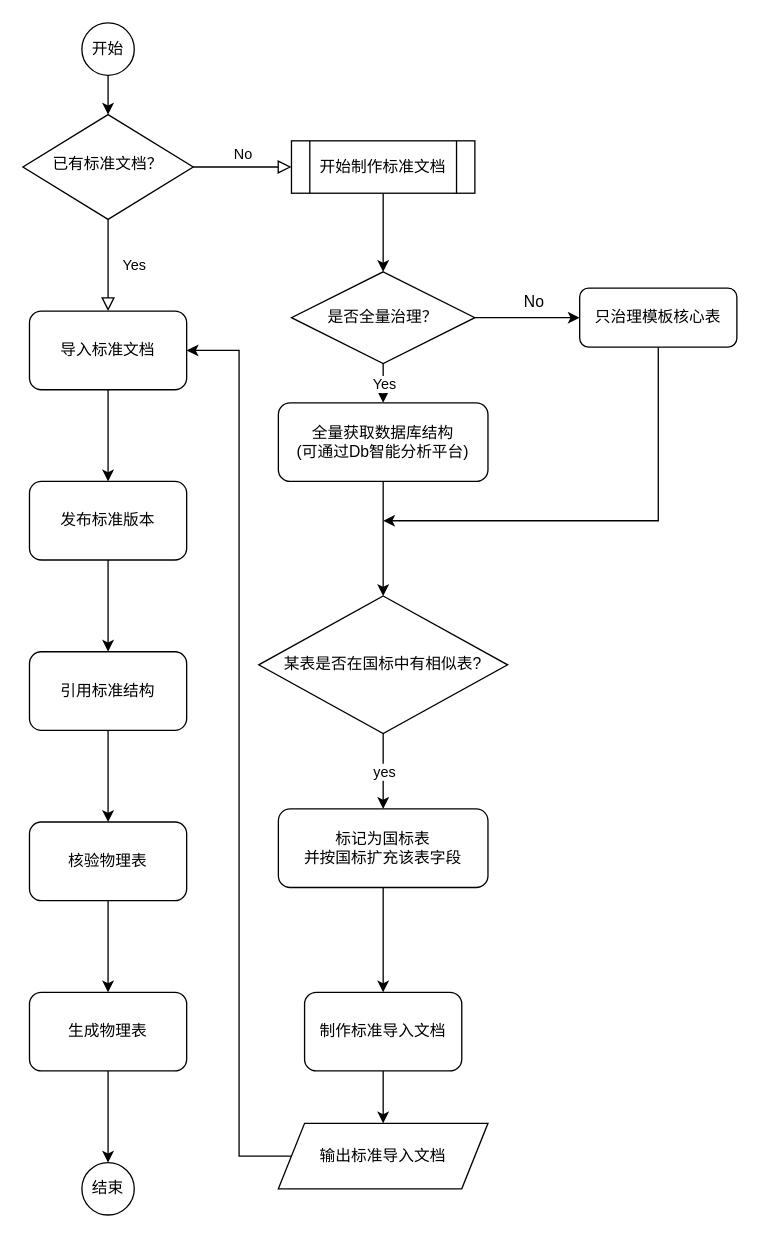
Earlier version of the draw.io diagram Untitled Diagram.drawio (byoukinn/byoukinn.github.io). Source tidied: cells renumbered, new cells numbered last; positions are measured from the earlier drawing's top-left corner, leaving out a move shared by most shapes. Both pictures are drawn from the tidied source at 131%, with x=0, y=0 at pixel (22, 22).
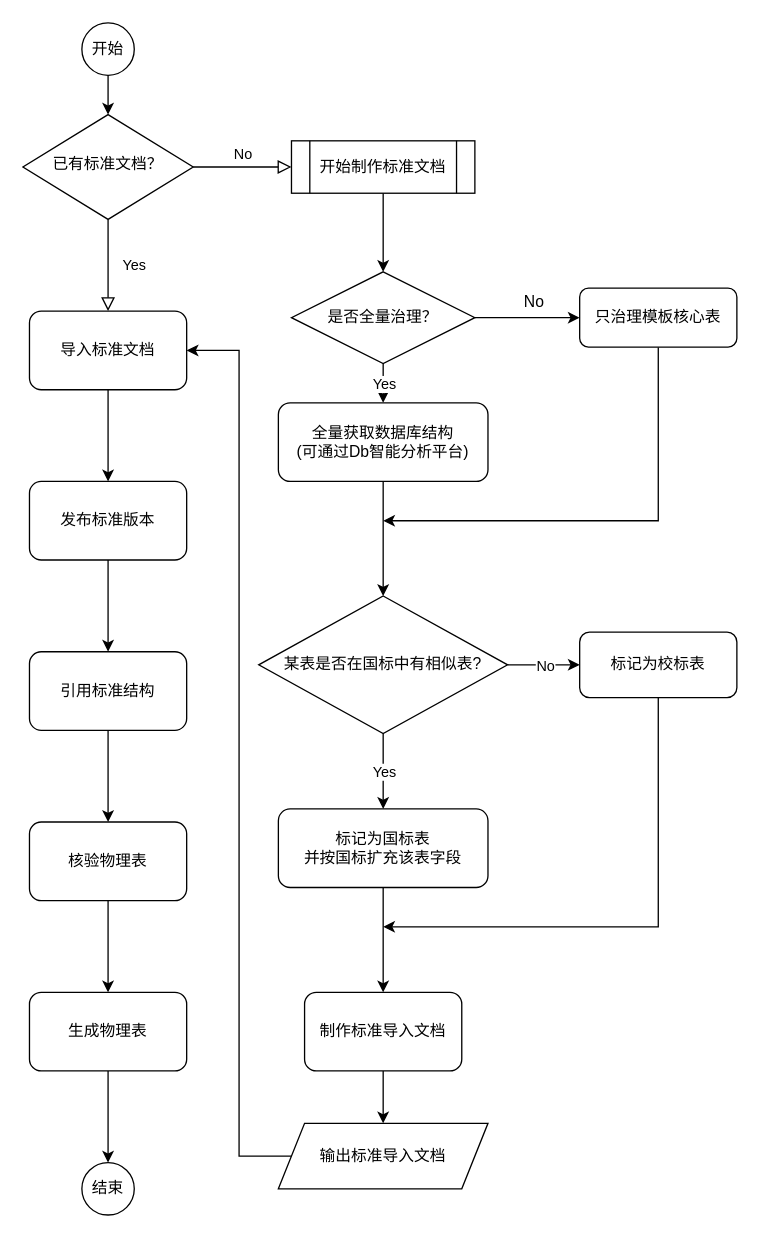
Above is the later version.

Unchanged cells that the change refers to:
```xml
<mxCell id="29" value="某表是否在国标中有相似表?" style="rhombus;whiteSpace=wrap;html=1;" parent="1" vertex="1">
  <mxGeometry x="180" y="437.5" width="190" height="105" as="geometry" />
</mxCell>
<mxCell id="30" style="endArrow=classic;html=1;rounded=0;shadow=0;exitX=0.5;exitY=1;exitDx=0;exitDy=0;entryX=0.5;entryY=0;entryDx=0;entryDy=0;" parent="1" edge="1" source="29" target="33">
  <mxGeometry relative="1" as="geometry" />
</mxCell>
```

Change to the diagram source:
```diff
@@
-    <mxCell id="31" value="yes" style="edgeLabel;html=1;align=center;verticalAlign=middle;" parent="30" vertex="1">
+    <mxCell id="31" value="Yes" style="edgeLabel;html=1;align=center;verticalAlign=middle;" parent="30" vertex="1">
       <mxGeometry relative="1" as="geometry" />
     </mxCell>
@@
+    <mxCell id="40" style="endArrow=classic;html=1;rounded=0;shadow=0;" parent="1" edge="1" source="29" target="43">
+      <mxGeometry relative="1" as="geometry" />
+    </mxCell>
+    <mxCell id="41" value="No" style="edgeLabel;html=1;align=center;verticalAlign=middle;rounded=1;" parent="40" vertex="1">
+      <mxGeometry relative="1" as="geometry" />
+    </mxCell>
+    <mxCell id="42" style="edgeStyle=orthogonalEdgeStyle;rounded=0;jettySize=auto;html=1;shadow=0;" parent="1" edge="1" source="43">
+      <mxGeometry relative="1" as="geometry">
+        <mxPoint x="275" y="690" as="targetPoint" />
+        <Array as="points">
+          <mxPoint x="485" y="690" />
+        </Array>
+      </mxGeometry>
+    </mxCell>
+    <mxCell id="43" value="标记为校标表" style="rounded=1;whiteSpace=wrap;html=1;" parent="1" vertex="1">
+      <mxGeometry x="425" y="465" width="120" height="50" as="geometry" />
+    </mxCell>
```
